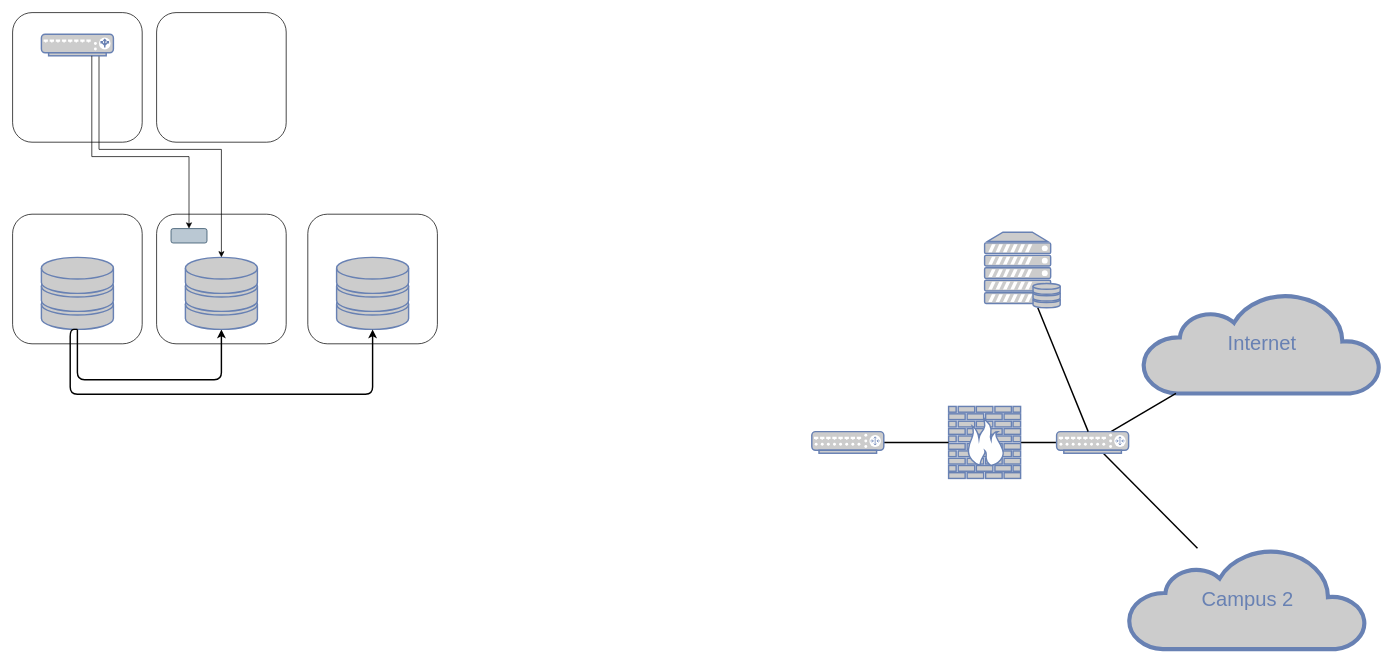
Before: arch/networks.drawio in Arnauld/schema, a draw.io diagram. Source tidied: cells renumbered, new cells numbered last; positions are measured from the earlier drawing's top-left corner, leaving out a move shared by most shapes. Both pictures are drawn from the tidied source at 72%, with x=0, y=0 at pixel (12, 12).
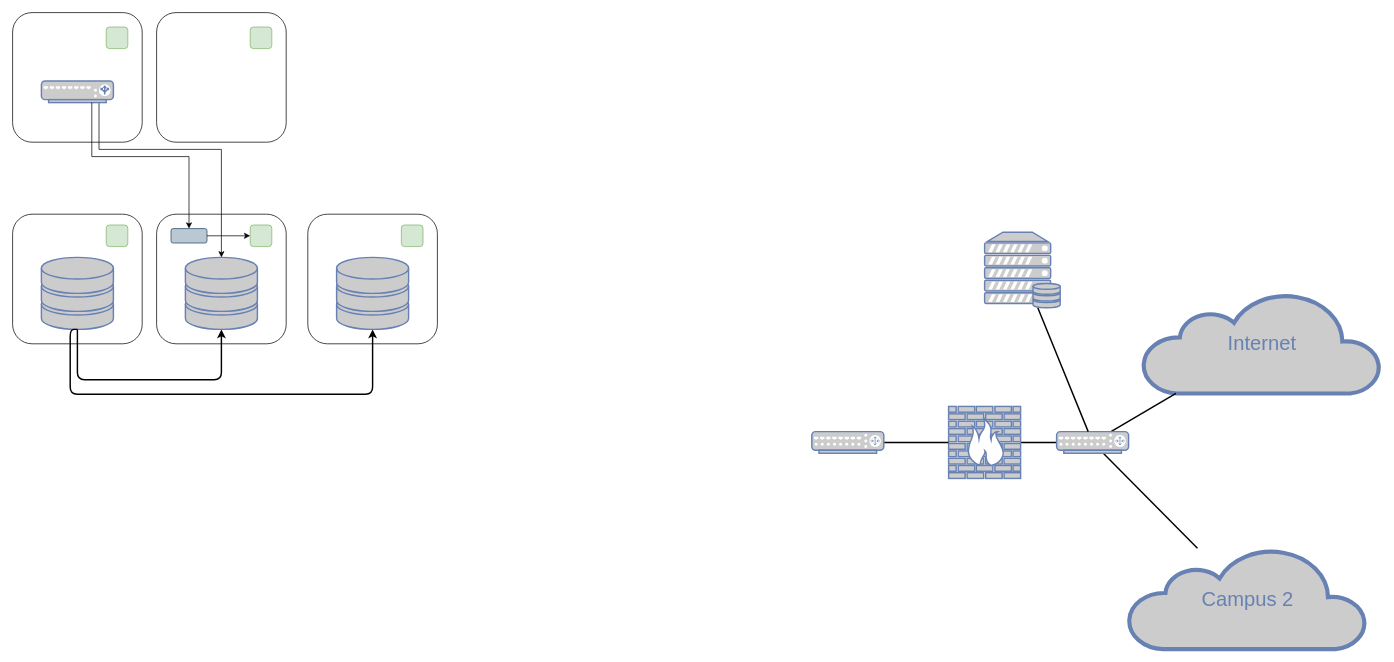
Above is the later version.

The change refers to these unchanged cells:
```xml
<mxCell id="26" style="rounded=1;whiteSpace=wrap;html=1;fillColor=#bac8d3;strokeColor=#23445d;" parent="1" vertex="1">
  <mxGeometry x="220" y="300" width="50" height="20" as="geometry" />
</mxCell>
```

Change to the diagram source:
```diff
@@
     <mxCell id="23" style="fontColor=#0066CC;verticalAlign=top;verticalLabelPosition=bottom;labelPosition=center;align=center;html=1;outlineConnect=0;fillColor=#CCCCCC;strokeColor=#6881B3;gradientColor=none;gradientDirection=north;strokeWidth=2;shape=mxgraph.networks.load_balancer;" parent="1" vertex="1">
-      <mxGeometry x="40" y="30" width="100" height="30" as="geometry" />
+      <mxGeometry x="40" y="95" width="100" height="30" as="geometry" />
     </mxCell>
@@
+    <mxCell id="27" style="rounded=1;whiteSpace=wrap;html=1;fillColor=#d5e8d4;strokeColor=#82b366;" parent="1" vertex="1">
+      <mxGeometry x="330" y="295" width="30" height="30" as="geometry" />
+    </mxCell>
+    <mxCell id="28" style="rounded=1;whiteSpace=wrap;html=1;fillColor=#d5e8d4;strokeColor=#82b366;" parent="1" vertex="1">
+      <mxGeometry x="330" y="20" width="30" height="30" as="geometry" />
+    </mxCell>
+    <mxCell id="29" style="rounded=1;whiteSpace=wrap;html=1;fillColor=#d5e8d4;strokeColor=#82b366;" parent="1" vertex="1">
+      <mxGeometry x="130" y="20" width="30" height="30" as="geometry" />
+    </mxCell>
+    <mxCell id="30" style="rounded=1;whiteSpace=wrap;html=1;fillColor=#d5e8d4;strokeColor=#82b366;" parent="1" vertex="1">
+      <mxGeometry x="130" y="295" width="30" height="30" as="geometry" />
+    </mxCell>
+    <mxCell id="31" style="rounded=1;whiteSpace=wrap;html=1;fillColor=#d5e8d4;strokeColor=#82b366;" parent="1" vertex="1">
+      <mxGeometry x="540" y="295" width="30" height="30" as="geometry" />
+    </mxCell>
+    <mxCell id="32" style="endArrow=classic;html=1;exitX=1;exitY=0.5;exitDx=0;exitDy=0;entryX=0;entryY=0.5;entryDx=0;entryDy=0;" parent="1" edge="1" source="26" target="27">
+      <mxGeometry relative="1" as="geometry" />
+    </mxCell>
```
